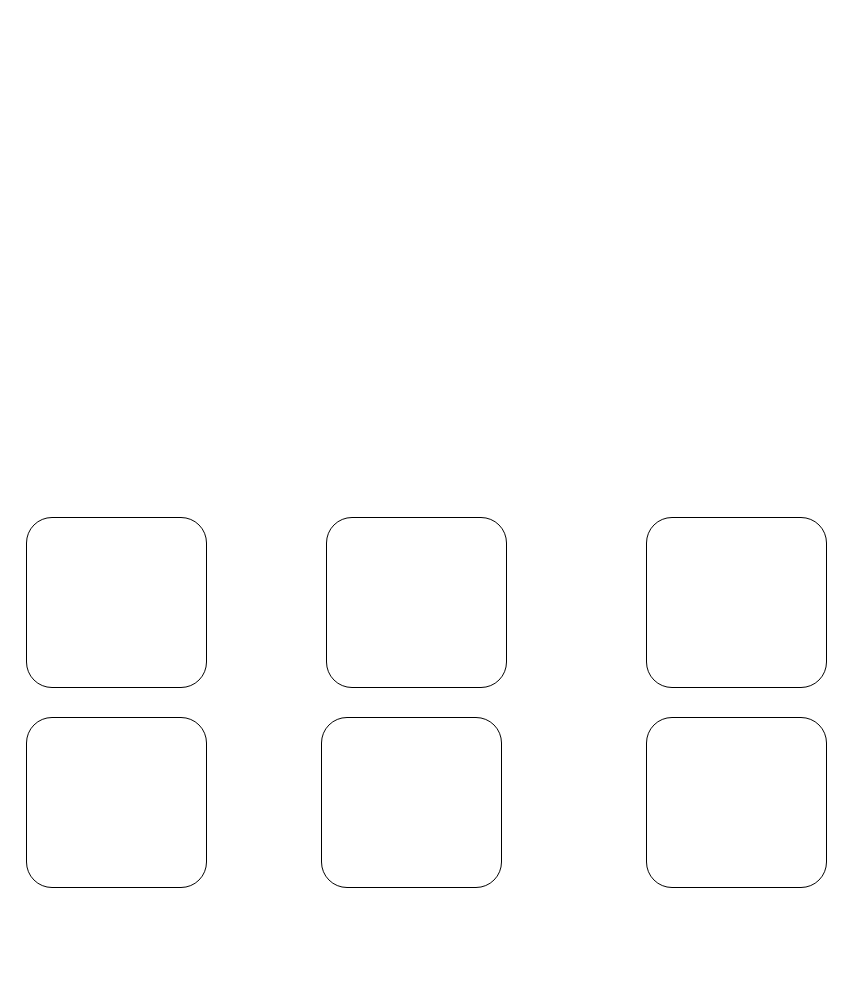
Before: Untitled Diagram.drawio in untraceablez/homelab-docs-template, a draw.io diagram. Source tidied: cells renumbered, new cells numbered last; positions are measured from the earlier drawing's top-left corner, leaving out a move shared by most shapes. Both pictures are drawn from the tidied source at 100%, with x=0, y=0 at pixel (26, 517). Pictures stored in the file or linked from it are replaced by grey dashed boxes.
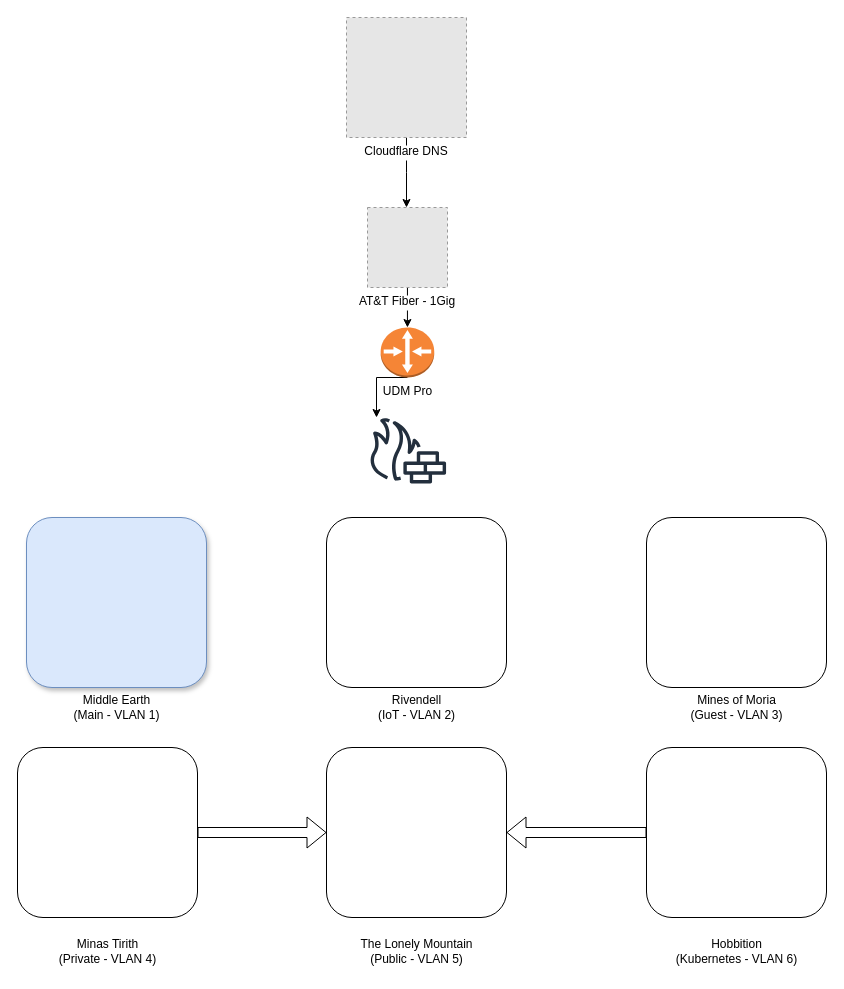
The same diagram, later.

Commit message:
Middle Earth Express - Icons & VLAN IDs

Diff of the diagram source:
```diff
@@
+    <mxCell id="8" style="edgeStyle=orthogonalEdgeStyle;rounded=0;jettySize=auto;html=1;exitX=0.5;exitY=1;exitDx=0;exitDy=0;exitPerimeter=0;" parent="1" edge="1" source="20" target="19">
+      <mxGeometry relative="1" as="geometry">
+        <Array as="points">
+          <mxPoint x="350" y="-140" />
+        </Array>
+      </mxGeometry>
+    </mxCell>
+    <mxCell id="9" style="edgeStyle=orthogonalEdgeStyle;rounded=0;jettySize=auto;html=1;" parent="1" edge="1" source="11">
+      <mxGeometry relative="1" as="geometry">
+        <mxPoint x="380" y="-310" as="targetPoint" />
+      </mxGeometry>
+    </mxCell>
+    <mxCell id="10" style="edgeStyle=orthogonalEdgeStyle;rounded=0;jettySize=auto;html=1;entryX=0.5;entryY=0;entryDx=0;entryDy=0;entryPerimeter=0;" parent="1" edge="1" source="12" target="20">
+      <mxGeometry relative="1" as="geometry" />
+    </mxCell>
-    <mxCell id="2" style="rounded=1;whiteSpace=wrap;html=1;" parent="1" vertex="1">
+    <mxCell id="2" style="rounded=1;whiteSpace=wrap;html=1;strokeColor=#6c8ebf;glass=0;shadow=1;fillColor=#dae8fc;" parent="1" vertex="1">
       <mxGeometry width="180" height="170" as="geometry" />
     </mxCell>
     <mxCell id="3" style="rounded=1;whiteSpace=wrap;html=1;" parent="1" vertex="1">
-      <mxGeometry y="200" width="180" height="170" as="geometry" />
+      <mxGeometry x="-9" y="230" width="180" height="170" as="geometry" />
     </mxCell>
@@
     <mxCell id="6" style="rounded=1;whiteSpace=wrap;html=1;" parent="1" vertex="1">
-      <mxGeometry x="295" y="200" width="180" height="170" as="geometry" />
+      <mxGeometry x="300" y="230" width="180" height="170" as="geometry" />
     </mxCell>
     <mxCell id="7" style="rounded=1;whiteSpace=wrap;html=1;" parent="1" vertex="1">
-      <mxGeometry x="620" y="200" width="180" height="170" as="geometry" />
+      <mxGeometry x="620" y="230" width="180" height="170" as="geometry" />
     </mxCell>
+    <mxCell id="11" value="Cloudflare DNS" style="fillColor=#E6E6E6;strokeColor=#999999;dashed=1;verticalLabelPosition=bottom;labelBackgroundColor=default;verticalAlign=top;" parent="1" vertex="1">
+      <mxGeometry x="320" y="-500" width="120" height="120" as="geometry" />
+    </mxCell>
+    <mxCell id="12" value="AT&amp;T Fiber - 1Gig" style="fillColor=#E6E6E6;strokeColor=#999999;dashed=1;verticalLabelPosition=bottom;labelBackgroundColor=default;verticalAlign=top;" parent="1" vertex="1">
+      <mxGeometry x="341" y="-310" width="80" height="80" as="geometry" />
+    </mxCell>
+    <mxCell id="13" value="Middle Earth&lt;br&gt;(Main - VLAN 1)" style="text;html=1;align=center;verticalAlign=middle;strokeColor=none;fillColor=none;" parent="1" vertex="1">
+      <mxGeometry x="30" y="170" width="120" height="40" as="geometry" />
+    </mxCell>
+    <mxCell id="14" value="Rivendell&lt;br&gt;(IoT - VLAN 2)" style="text;html=1;align=center;verticalAlign=middle;strokeColor=none;fillColor=none;" parent="1" vertex="1">
+      <mxGeometry x="335" y="170" width="110" height="40" as="geometry" />
+    </mxCell>
+    <mxCell id="15" value="Mines of Moria&lt;br&gt;(Guest - VLAN 3)" style="text;html=1;align=center;verticalAlign=middle;strokeColor=none;fillColor=none;" parent="1" vertex="1">
+      <mxGeometry x="650" y="170" width="120" height="40" as="geometry" />
+    </mxCell>
+    <mxCell id="16" value="Minas Tirith&lt;br&gt;(Private - VLAN 4)" style="text;html=1;align=center;verticalAlign=middle;strokeColor=none;fillColor=none;" parent="1" vertex="1">
+      <mxGeometry x="16" y="414" width="130" height="40" as="geometry" />
+    </mxCell>
+    <mxCell id="17" value="The Lonely Mountain&lt;br&gt;(Public - VLAN 5)" style="text;html=1;align=center;verticalAlign=middle;strokeColor=none;fillColor=none;" parent="1" vertex="1">
+      <mxGeometry x="320" y="414" width="140" height="40" as="geometry" />
+    </mxCell>
+    <mxCell id="18" value="Hobbition&lt;br&gt;(Kubernetes - VLAN 6)" style="text;html=1;align=center;verticalAlign=middle;strokeColor=none;fillColor=none;" parent="1" vertex="1">
+      <mxGeometry x="630" y="414" width="160" height="40" as="geometry" />
+    </mxCell>
+    <mxCell id="19" style="sketch=0;outlineConnect=0;fontColor=#232F3E;gradientColor=none;fillColor=#232F3D;strokeColor=none;dashed=0;verticalLabelPosition=bottom;verticalAlign=top;align=center;html=1;fontSize=12;fontStyle=0;shape=mxgraph.aws4.generic_firewall;" parent="1" vertex="1">
+      <mxGeometry x="342" y="-100" width="78" height="66" as="geometry" />
+    </mxCell>
+    <mxCell id="20" value="UDM Pro" style="outlineConnect=0;dashed=0;verticalLabelPosition=bottom;verticalAlign=top;align=center;html=1;shape=mxgraph.aws3.router;fillColor=#F58536;gradientColor=none;" parent="1" vertex="1">
+      <mxGeometry x="354.2" y="-190" width="53.5" height="50" as="geometry" />
+    </mxCell>
+    <mxCell id="21" style="shape=flexArrow;endArrow=classic;html=1;rounded=0;exitX=0;exitY=0.5;exitDx=0;exitDy=0;entryX=1;entryY=0.5;entryDx=0;entryDy=0;" parent="1" edge="1" source="7" target="6">
+      <mxGeometry relative="1" as="geometry" />
+    </mxCell>
+    <mxCell id="22" style="shape=flexArrow;endArrow=classic;html=1;rounded=0;exitX=1;exitY=0.5;exitDx=0;exitDy=0;entryX=0;entryY=0.5;entryDx=0;entryDy=0;" parent="1" edge="1" source="3" target="6">
+      <mxGeometry relative="1" as="geometry" />
+    </mxCell>
```
